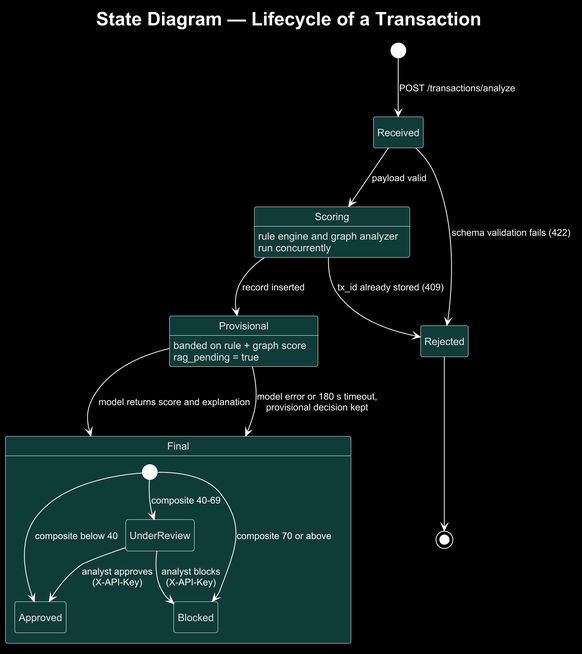
Before: docs/diagrams/06-state.png, a diagram exported from PlantUML (OMJOSHI15/indus11).
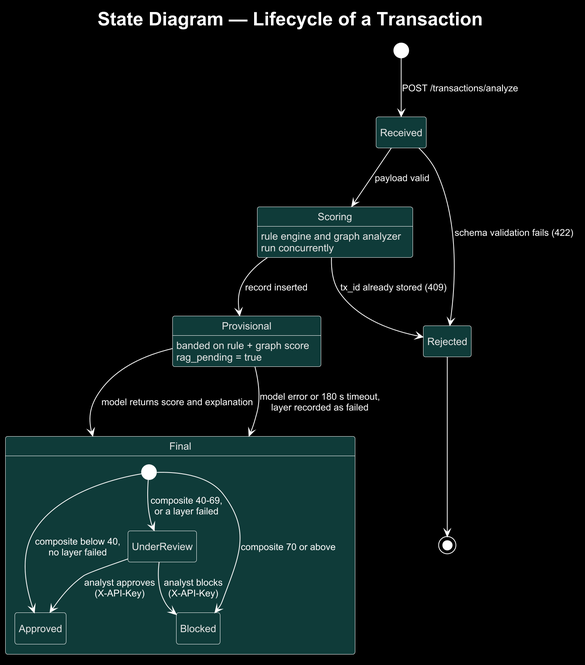
The same diagram one commit later.

The edit, as a diff of the source:
```diff
@@ -22,10 +22,10 @@
 Provisional : banded on rule + graph score
 Provisional : rag_pending = true
 Provisional --> Final : model returns score and explanation
-Provisional --> Final : model error or 180 s timeout,\nprovisional decision kept
+Provisional --> Final : model error or 180 s timeout,\nlayer recorded as failed
 state Final {
-  [*] --> Approved : composite below 40
-  [*] --> UnderReview : composite 40-69
+  [*] --> Approved : composite below 40,\nno layer failed
+  [*] --> UnderReview : composite 40-69,\nor a layer failed
   [*] --> Blocked : composite 70 or above
   UnderReview --> Approved : analyst approves\n(X-API-Key)
   UnderReview --> Blocked : analyst blocks\n(X-API-Key)
```
